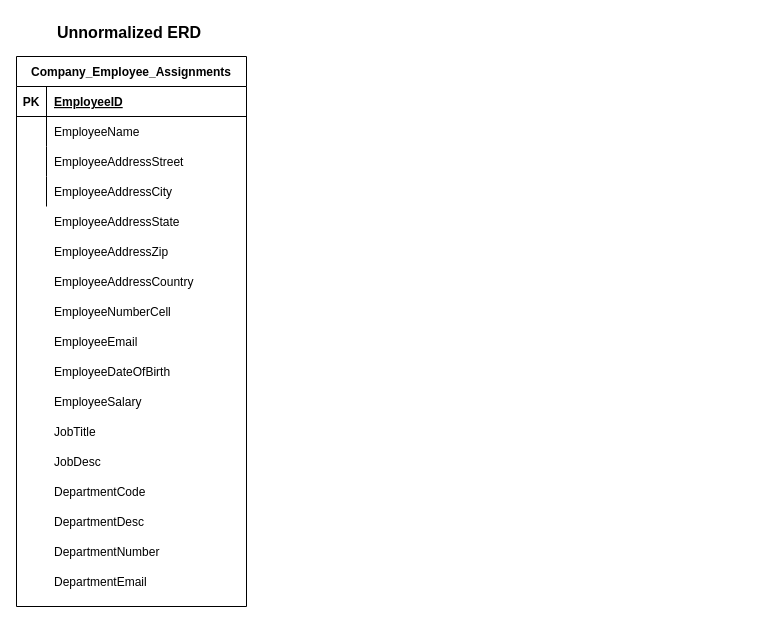
The draw.io diagram page "Page-1" (1 of 4) of Lab05_MappingRelationalData.drawio in rebeccaruva/CIT172-bex-ruvalcaba, before the edit. Source tidied: cells renumbered, new cells numbered last; positions are measured from the earlier drawing's top-left corner, leaving out a move shared by most shapes. Both pictures are drawn from the tidied source at 100%, with x=0, y=0 at pixel (16, 16).
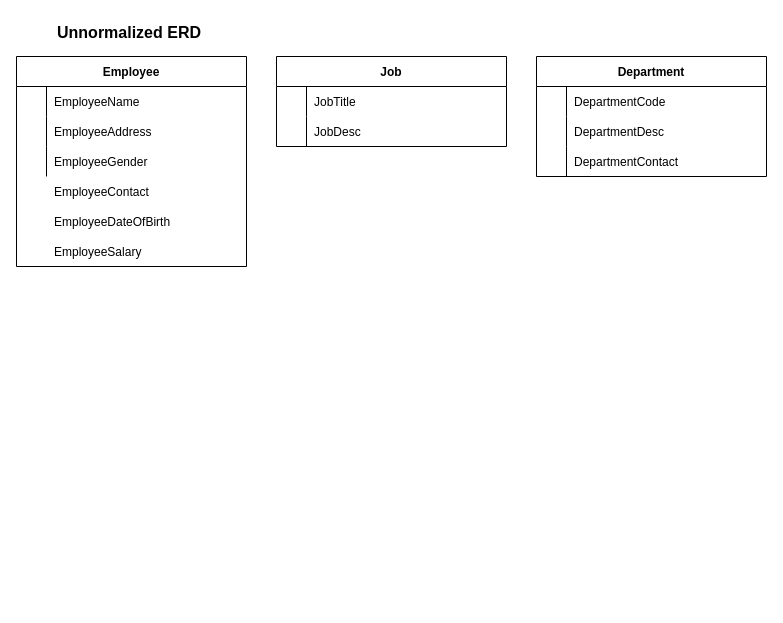
After the change.

What changed in the source:
```diff
@@
-    <mxCell id="2" value="Company_Employee_Assignments" style="shape=table;startSize=30;childLayout=tableLayout;rowLines=0;fontStyle=1;align=center;" parent="1" vertex="1">
-      <mxGeometry y="40" width="230" height="550" as="geometry" />
+    <mxCell id="2" value="Employee" style="shape=table;startSize=30;childLayout=tableLayout;rowLines=0;fontStyle=1;align=center;" parent="1" vertex="1">
+      <mxGeometry y="40" width="230" height="210" as="geometry" />
     </mxCell>
-    <mxCell id="3" style="shape=partialRectangle;fillColor=none;top=0;left=0;bottom=1;right=0;" parent="2" vertex="1">
-      <mxGeometry y="30" width="230" height="30" as="geometry" />
-    </mxCell>
-    <mxCell id="4" value="PK" style="shape=partialRectangle;fillColor=none;top=0;left=0;bottom=0;right=0;fontStyle=1;overflow=hidden;" parent="3" vertex="1">
-      <mxGeometry width="30" height="30" as="geometry" />
-    </mxCell>
-    <mxCell id="5" value="EmployeeID" style="shape=partialRectangle;fillColor=none;top=0;left=0;bottom=0;right=0;align=left;spacingLeft=6;fontStyle=5;overflow=hidden;" parent="3" vertex="1">
-      <mxGeometry x="30" width="200" height="30" as="geometry" />
-    </mxCell>
     <mxCell id="6" style="shape=partialRectangle;fillColor=none;top=0;left=0;bottom=0;right=0;" parent="2" vertex="1">
-      <mxGeometry y="60" width="230" height="30" as="geometry" />
+      <mxGeometry y="30" width="230" height="30" as="geometry" />
     </mxCell>
@@
     <mxCell id="9" style="shape=partialRectangle;fillColor=none;top=0;left=0;bottom=0;right=0;" parent="2" vertex="1">
-      <mxGeometry y="90" width="230" height="30" as="geometry" />
+      <mxGeometry y="60" width="230" height="30" as="geometry" />
     </mxCell>
@@
-    <mxCell id="11" value="EmployeeAddressStreet" style="shape=partialRectangle;fillColor=none;top=0;left=0;bottom=0;right=0;align=left;spacingLeft=6;overflow=hidden;" parent="9" vertex="1">
+    <mxCell id="11" value="EmployeeAddress" style="shape=partialRectangle;fillColor=none;top=0;left=0;bottom=0;right=0;align=left;spacingLeft=6;overflow=hidden;" parent="9" vertex="1">
       <mxGeometry x="30" width="200" height="30" as="geometry" />
     </mxCell>
     <mxCell id="12" style="shape=partialRectangle;fillColor=none;top=0;left=0;bottom=0;right=0;" parent="2" vertex="1">
-      <mxGeometry y="120" width="230" height="30" as="geometry" />
+      <mxGeometry y="90" width="230" height="30" as="geometry" />
     </mxCell>
@@
-    <mxCell id="14" value="EmployeeAddressCity" style="shape=partialRectangle;fillColor=none;top=0;left=0;bottom=0;right=0;align=left;spacingLeft=6;overflow=hidden;" parent="12" vertex="1">
+    <mxCell id="14" style="shape=partialRectangle;fillColor=none;top=0;left=0;bottom=0;right=0;align=left;spacingLeft=6;overflow=hidden;" parent="12" vertex="1">
       <mxGeometry x="30" width="200" height="30" as="geometry" />
     </mxCell>
@@
-    <mxCell id="16" value="EmployeeNumberCell" style="shape=partialRectangle;fillColor=none;top=0;left=0;bottom=0;right=0;align=left;spacingLeft=6;overflow=hidden;" parent="1" vertex="1">
-      <mxGeometry x="30" y="280" width="200" height="30" as="geometry" />
+    <mxCell id="16" value="EmployeeContact" style="shape=partialRectangle;fillColor=none;top=0;left=0;bottom=0;right=0;align=left;spacingLeft=6;overflow=hidden;" parent="1" vertex="1">
+      <mxGeometry x="30" y="160" width="200" height="30" as="geometry" />
     </mxCell>
-    <mxCell id="17" value="EmployeeEmail" style="shape=partialRectangle;fillColor=none;top=0;left=0;bottom=0;right=0;align=left;spacingLeft=6;overflow=hidden;" parent="1" vertex="1">
-      <mxGeometry x="30" y="310" width="200" height="30" as="geometry" />
-    </mxCell>
     <mxCell id="18" value="EmployeeDateOfBirth" style="shape=partialRectangle;fillColor=none;top=0;left=0;bottom=0;right=0;align=left;spacingLeft=6;overflow=hidden;" parent="1" vertex="1">
-      <mxGeometry x="30" y="340" width="200" height="30" as="geometry" />
+      <mxGeometry x="30" y="190" width="200" height="30" as="geometry" />
     </mxCell>
     <mxCell id="19" value="EmployeeSalary" style="shape=partialRectangle;fillColor=none;top=0;left=0;bottom=0;right=0;align=left;spacingLeft=6;overflow=hidden;" parent="1" vertex="1">
-      <mxGeometry x="30" y="370" width="200" height="30" as="geometry" />
+      <mxGeometry x="30" y="220" width="200" height="30" as="geometry" />
     </mxCell>
+    <mxCell id="29" value="Job" style="shape=table;startSize=30;childLayout=tableLayout;rowLines=0;fontStyle=1;align=center;" parent="1" vertex="1">
+      <mxGeometry x="260" y="40" width="230" height="90" as="geometry" />
+    </mxCell>
+    <mxCell id="30" style="shape=partialRectangle;fillColor=none;top=0;left=0;bottom=0;right=0;" parent="29" vertex="1">
+      <mxGeometry y="30" width="230" height="30" as="geometry" />
+    </mxCell>
+    <mxCell id="31" style="shape=partialRectangle;fillColor=none;top=0;left=0;bottom=0;right=0;overflow=hidden;" parent="30" vertex="1">
+      <mxGeometry width="30" height="30" as="geometry" />
+    </mxCell>
+    <mxCell id="32" style="shape=partialRectangle;fillColor=none;top=0;left=0;bottom=0;right=0;align=left;spacingLeft=6;overflow=hidden;" parent="30" vertex="1">
+      <mxGeometry x="30" width="200" height="30" as="geometry" />
+    </mxCell>
+    <mxCell id="33" style="shape=partialRectangle;fillColor=none;top=0;left=0;bottom=0;right=0;" parent="29" vertex="1">
+      <mxGeometry y="60" width="230" height="30" as="geometry" />
+    </mxCell>
+    <mxCell id="34" style="shape=partialRectangle;fillColor=none;top=0;left=0;bottom=0;right=0;overflow=hidden;" parent="33" vertex="1">
+      <mxGeometry width="30" height="30" as="geometry" />
+    </mxCell>
+    <mxCell id="35" style="shape=partialRectangle;fillColor=none;top=0;left=0;bottom=0;right=0;align=left;spacingLeft=6;overflow=hidden;" parent="33" vertex="1">
+      <mxGeometry x="30" width="200" height="30" as="geometry" />
+    </mxCell>
+    <mxCell id="36" value="Department" style="shape=table;startSize=30;childLayout=tableLayout;rowLines=0;fontStyle=1;align=center;" parent="1" vertex="1">
+      <mxGeometry x="520" y="40" width="230" height="120" as="geometry" />
+    </mxCell>
+    <mxCell id="37" style="shape=partialRectangle;fillColor=none;top=0;left=0;bottom=0;right=0;" parent="36" vertex="1">
+      <mxGeometry y="30" width="230" height="30" as="geometry" />
+    </mxCell>
+    <mxCell id="38" style="shape=partialRectangle;fillColor=none;top=0;left=0;bottom=0;right=0;overflow=hidden;fontStyle=1;" parent="37" vertex="1">
+      <mxGeometry width="30" height="30" as="geometry" />
+    </mxCell>
+    <mxCell id="39" style="shape=partialRectangle;fillColor=none;top=0;left=0;bottom=0;right=0;align=left;spacingLeft=6;overflow=hidden;" parent="37" vertex="1">
+      <mxGeometry x="30" width="200" height="30" as="geometry" />
+    </mxCell>
+    <mxCell id="40" style="shape=partialRectangle;fillColor=none;top=0;left=0;bottom=0;right=0;" parent="36" vertex="1">
+      <mxGeometry y="60" width="230" height="30" as="geometry" />
+    </mxCell>
+    <mxCell id="41" style="shape=partialRectangle;fillColor=none;top=0;left=0;bottom=0;right=0;overflow=hidden;" parent="40" vertex="1">
+      <mxGeometry width="30" height="30" as="geometry" />
+    </mxCell>
+    <mxCell id="42" style="shape=partialRectangle;fillColor=none;top=0;left=0;bottom=0;right=0;align=left;spacingLeft=6;overflow=hidden;" parent="40" vertex="1">
+      <mxGeometry x="30" width="200" height="30" as="geometry" />
+    </mxCell>
+    <mxCell id="43" style="shape=partialRectangle;fillColor=none;top=0;left=0;bottom=0;right=0;" parent="36" vertex="1">
+      <mxGeometry y="90" width="230" height="30" as="geometry" />
+    </mxCell>
+    <mxCell id="44" style="shape=partialRectangle;fillColor=none;top=0;left=0;bottom=0;right=0;overflow=hidden;" parent="43" vertex="1">
+      <mxGeometry width="30" height="30" as="geometry" />
+    </mxCell>
+    <mxCell id="45" style="shape=partialRectangle;fillColor=none;top=0;left=0;bottom=0;right=0;align=left;spacingLeft=6;overflow=hidden;" parent="43" vertex="1">
+      <mxGeometry x="30" width="200" height="30" as="geometry" />
+    </mxCell>
+    <mxCell id="22" value="DepartmentCode" style="shape=partialRectangle;fillColor=none;top=0;left=0;bottom=0;right=0;align=left;spacingLeft=6;overflow=hidden;fontStyle=0;" parent="1" vertex="1">
+      <mxGeometry x="550" y="70" width="200" height="30" as="geometry" />
+    </mxCell>
+    <mxCell id="23" value="DepartmentDesc" style="shape=partialRectangle;fillColor=none;top=0;left=0;bottom=0;right=0;align=left;spacingLeft=6;overflow=hidden;" parent="1" vertex="1">
+      <mxGeometry x="550" y="100" width="200" height="30" as="geometry" />
+    </mxCell>
+    <mxCell id="46" value="DepartmentContact" style="shape=partialRectangle;fillColor=none;top=0;left=0;bottom=0;right=0;align=left;spacingLeft=6;overflow=hidden;" parent="1" vertex="1">
+      <mxGeometry x="550" y="130" width="200" height="30" as="geometry" />
+    </mxCell>
     <mxCell id="20" value="JobTitle" style="shape=partialRectangle;fillColor=none;top=0;left=0;bottom=0;right=0;align=left;spacingLeft=6;overflow=hidden;" parent="1" vertex="1">
-      <mxGeometry x="30" y="400" width="200" height="30" as="geometry" />
+      <mxGeometry x="290" y="70" width="200" height="30" as="geometry" />
     </mxCell>
     <mxCell id="21" value="JobDesc" style="shape=partialRectangle;fillColor=none;top=0;left=0;bottom=0;right=0;align=left;spacingLeft=6;overflow=hidden;" parent="1" vertex="1">
-      <mxGeometry x="30" y="430" width="200" height="30" as="geometry" />
+      <mxGeometry x="290" y="100" width="200" height="30" as="geometry" />
     </mxCell>
-    <mxCell id="22" value="DepartmentCode" style="shape=partialRectangle;fillColor=none;top=0;left=0;bottom=0;right=0;align=left;spacingLeft=6;overflow=hidden;" parent="1" vertex="1">
-      <mxGeometry x="30" y="460" width="200" height="30" as="geometry" />
-    </mxCell>
-    <mxCell id="23" value="DepartmentDesc" style="shape=partialRectangle;fillColor=none;top=0;left=0;bottom=0;right=0;align=left;spacingLeft=6;overflow=hidden;" parent="1" vertex="1">
-      <mxGeometry x="30" y="490" width="200" height="30" as="geometry" />
-    </mxCell>
-    <mxCell id="24" value="DepartmentNumber" style="shape=partialRectangle;fillColor=none;top=0;left=0;bottom=0;right=0;align=left;spacingLeft=6;overflow=hidden;" parent="1" vertex="1">
-      <mxGeometry x="30" y="520" width="200" height="30" as="geometry" />
-    </mxCell>
-    <mxCell id="25" value="DepartmentEmail" style="shape=partialRectangle;fillColor=none;top=0;left=0;bottom=0;right=0;align=left;spacingLeft=6;overflow=hidden;" parent="1" vertex="1">
-      <mxGeometry x="30" y="550" width="200" height="30" as="geometry" />
-    </mxCell>
-    <mxCell id="26" value="EmployeeAddressState" style="shape=partialRectangle;fillColor=none;top=0;left=0;bottom=0;right=0;align=left;spacingLeft=6;overflow=hidden;" parent="1" vertex="1">
-      <mxGeometry x="30" y="190" width="200" height="30" as="geometry" />
-    </mxCell>
-    <mxCell id="27" value="EmployeeAddressZip" style="shape=partialRectangle;fillColor=none;top=0;left=0;bottom=0;right=0;align=left;spacingLeft=6;overflow=hidden;" parent="1" vertex="1">
-      <mxGeometry x="30" y="220" width="200" height="30" as="geometry" />
-    </mxCell>
-    <mxCell id="28" value="EmployeeAddressCountry" style="shape=partialRectangle;fillColor=none;top=0;left=0;bottom=0;right=0;align=left;spacingLeft=6;overflow=hidden;" parent="1" vertex="1">
-      <mxGeometry x="30" y="250" width="200" height="30" as="geometry" />
-    </mxCell>
+    <mxCell id="47" value="EmployeeGender" style="shape=partialRectangle;fillColor=none;top=0;left=0;bottom=0;right=0;align=left;spacingLeft=6;overflow=hidden;" parent="1" vertex="1">
+      <mxGeometry x="30" y="130" width="200" height="30" as="geometry" />
+    </mxCell>
```
